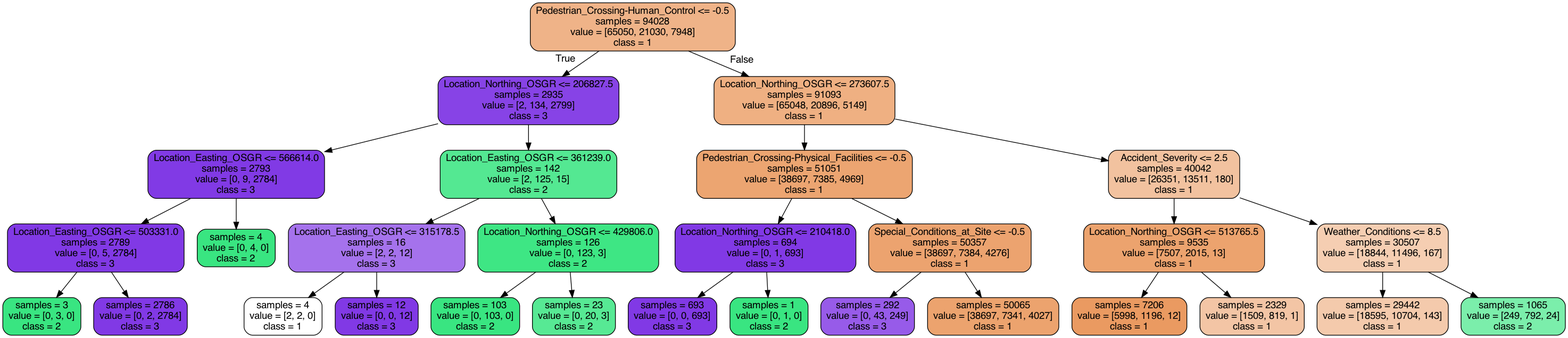
Earlier version of the Graphviz export notebook/tree1.png (dokooh/DfT-Road-Data-Accidents-Analytics). Its source is kept beside it as notebook/tree1.dot.
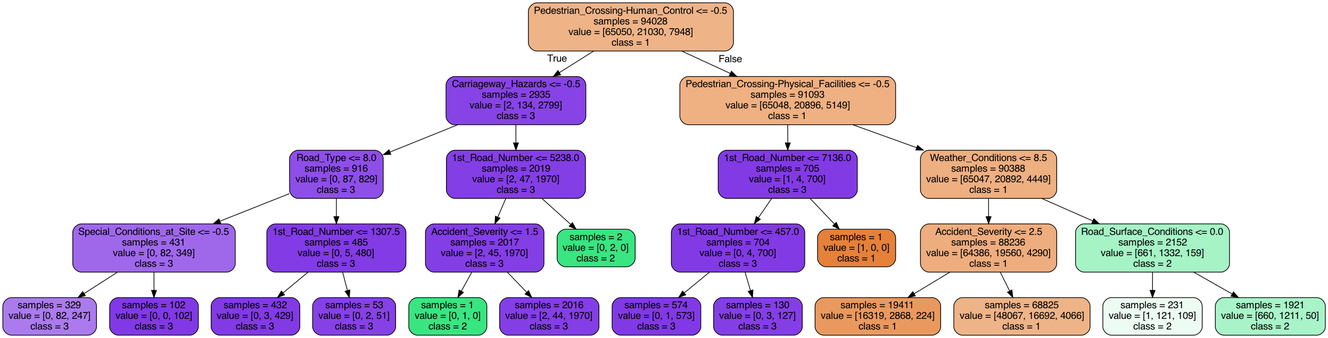
After the change.

Diff of the diagram source:
```diff
@@ -2,60 +2,56 @@
 node [shape=box, style="filled, rounded", color="black", fontname=helvetica] ;
 edge [fontname=helvetica] ;
 0 [label="Pedestrian_Crossing-Human_Control <= -0.5\nsamples = 94028\nvalue = [65050, 21030, 7948]\nclass = 1", fillcolor="#efb388"] ;
-1 [label="Location_Northing_OSGR <= 206827.5\nsamples = 2935\nvalue = [2, 134, 2799]\nclass = 3", fillcolor="#8743e6"] ;
+1 [label="Carriageway_Hazards <= -0.5\nsamples = 2935\nvalue = [2, 134, 2799]\nclass = 3", fillcolor="#8743e6"] ;
 0 -> 1 [labeldistance=2.5, labelangle=45, headlabel="True"] ;
-2 [label="Location_Easting_OSGR <= 566614.0\nsamples = 2793\nvalue = [0, 9, 2784]\nclass = 3", fillcolor="#813ae5"] ;
+2 [label="Road_Type <= 8.0\nsamples = 916\nvalue = [0, 87, 829]\nclass = 3", fillcolor="#8e4ee8"] ;
 1 -> 2 ;
-3 [label="Location_Easting_OSGR <= 503331.0\nsamples = 2789\nvalue = [0, 5, 2784]\nclass = 3", fillcolor="#8139e5"] ;
+3 [label="Special_Conditions_at_Site <= -0.5\nsamples = 431\nvalue = [0, 82, 349]\nclass = 3", fillcolor="#9f68eb"] ;
 2 -> 3 ;
-4 [label="samples = 3\nvalue = [0, 3, 0]\nclass = 2", fillcolor="#39e581"] ;
+4 [label="samples = 329\nvalue = [0, 82, 247]\nclass = 3", fillcolor="#ab7bee"] ;
 3 -> 4 ;
-5 [label="samples = 2786\nvalue = [0, 2, 2784]\nclass = 3", fillcolor="#8139e5"] ;
+5 [label="samples = 102\nvalue = [0, 0, 102]\nclass = 3", fillcolor="#8139e5"] ;
 3 -> 5 ;
-6 [label="samples = 4\nvalue = [0, 4, 0]\nclass = 2", fillcolor="#39e581"] ;
+6 [label="1st_Road_Number <= 1307.5\nsamples = 485\nvalue = [0, 5, 480]\nclass = 3", fillcolor="#823be5"] ;
 2 -> 6 ;
-7 [label="Location_Easting_OSGR <= 361239.0\nsamples = 142\nvalue = [2, 125, 15]\nclass = 2", fillcolor="#54e892"] ;
-1 -> 7 ;
-8 [label="Location_Easting_OSGR <= 315178.5\nsamples = 16\nvalue = [2, 2, 12]\nclass = 3", fillcolor="#a572ec"] ;
-7 -> 8 ;
-9 [label="samples = 4\nvalue = [2, 2, 0]\nclass = 1", fillcolor="#ffffff"] ;
-8 -> 9 ;
-10 [label="samples = 12\nvalue = [0, 0, 12]\nclass = 3", fillcolor="#8139e5"] ;
-8 -> 10 ;
-11 [label="Location_Northing_OSGR <= 429806.0\nsamples = 126\nvalue = [0, 123, 3]\nclass = 2", fillcolor="#3ee684"] ;
-7 -> 11 ;
-12 [label="samples = 103\nvalue = [0, 103, 0]\nclass = 2", fillcolor="#39e581"] ;
-11 -> 12 ;
-13 [label="samples = 23\nvalue = [0, 20, 3]\nclass = 2", fillcolor="#57e994"] ;
-11 -> 13 ;
-14 [label="Location_Northing_OSGR <= 273607.5\nsamples = 91093\nvalue = [65048, 20896, 5149]\nclass = 1", fillcolor="#efb082"] ;
+7 [label="samples = 432\nvalue = [0, 3, 429]\nclass = 3", fillcolor="#823ae5"] ;
+6 -> 7 ;
+8 [label="samples = 53\nvalue = [0, 2, 51]\nclass = 3", fillcolor="#8641e6"] ;
+6 -> 8 ;
+9 [label="1st_Road_Number <= 5238.0\nsamples = 2019\nvalue = [2, 47, 1970]\nclass = 3", fillcolor="#843ee6"] ;
+1 -> 9 ;
+10 [label="Accident_Severity <= 1.5\nsamples = 2017\nvalue = [2, 45, 1970]\nclass = 3", fillcolor="#843ee6"] ;
+9 -> 10 ;
+11 [label="samples = 1\nvalue = [0, 1, 0]\nclass = 2", fillcolor="#39e581"] ;
+10 -> 11 ;
+12 [label="samples = 2016\nvalue = [2, 44, 1970]\nclass = 3", fillcolor="#843ee6"] ;
+10 -> 12 ;
+13 [label="samples = 2\nvalue = [0, 2, 0]\nclass = 2", fillcolor="#39e581"] ;
+9 -> 13 ;
+14 [label="Pedestrian_Crossing-Physical_Facilities <= -0.5\nsamples = 91093\nvalue = [65048, 20896, 5149]\nclass = 1", fillcolor="#efb082"] ;
 0 -> 14 [labeldistance=2.5, labelangle=-45, headlabel="False"] ;
-15 [label="Pedestrian_Crossing-Physical_Facilities <= -0.5\nsamples = 51051\nvalue = [38697, 7385, 4969]\nclass = 1", fillcolor="#eca571"] ;
+15 [label="1st_Road_Number <= 7136.0\nsamples = 705\nvalue = [1, 4, 700]\nclass = 3", fillcolor="#823ae5"] ;
 14 -> 15 ;
-16 [label="Location_Northing_OSGR <= 210418.0\nsamples = 694\nvalue = [0, 1, 693]\nclass = 3", fillcolor="#8139e5"] ;
+16 [label="1st_Road_Number <= 457.0\nsamples = 704\nvalue = [0, 4, 700]\nclass = 3", fillcolor="#823ae5"] ;
 15 -> 16 ;
-17 [label="samples = 693\nvalue = [0, 0, 693]\nclass = 3", fillcolor="#8139e5"] ;
+17 [label="samples = 574\nvalue = [0, 1, 573]\nclass = 3", fillcolor="#8139e5"] ;
 16 -> 17 ;
-18 [label="samples = 1\nvalue = [0, 1, 0]\nclass = 2", fillcolor="#39e581"] ;
+18 [label="samples = 130\nvalue = [0, 3, 127]\nclass = 3", fillcolor="#843ee6"] ;
 16 -> 18 ;
-19 [label="Special_Conditions_at_Site <= -0.5\nsamples = 50357\nvalue = [38697, 7384, 4276]\nclass = 1", fillcolor="#eca36f"] ;
+19 [label="samples = 1\nvalue = [1, 0, 0]\nclass = 1", fillcolor="#e58139"] ;
 15 -> 19 ;
-20 [label="samples = 292\nvalue = [0, 43, 249]\nclass = 3", fillcolor="#975be9"] ;
-19 -> 20 ;
-21 [label="samples = 50065\nvalue = [38697, 7341, 4027]\nclass = 1", fillcolor="#eca36e"] ;
-19 -> 21 ;
-22 [label="Accident_Severity <= 2.5\nsamples = 40042\nvalue = [26351, 13511, 180]\nclass = 1", fillcolor="#f2c29f"] ;
-14 -> 22 ;
-23 [label="Location_Northing_OSGR <= 513765.5\nsamples = 9535\nvalue = [7507, 2015, 13]\nclass = 1", fillcolor="#eca36e"] ;
-22 -> 23 ;
-24 [label="samples = 7206\nvalue = [5998, 1196, 12]\nclass = 1", fillcolor="#ea9a61"] ;
-23 -> 24 ;
-25 [label="samples = 2329\nvalue = [1509, 819, 1]\nclass = 1", fillcolor="#f3c5a5"] ;
-23 -> 25 ;
-26 [label="Weather_Conditions <= 8.5\nsamples = 30507\nvalue = [18844, 11496, 167]\nclass = 1", fillcolor="#f5ceb2"] ;
-22 -> 26 ;
-27 [label="samples = 29442\nvalue = [18595, 10704, 143]\nclass = 1", fillcolor="#f4caac"] ;
-26 -> 27 ;
-28 [label="samples = 1065\nvalue = [249, 792, 24]\nclass = 2", fillcolor="#7beeab"] ;
-26 -> 28 ;
+20 [label="Weather_Conditions <= 8.5\nsamples = 90388\nvalue = [65047, 20892, 4449]\nclass = 1", fillcolor="#eeaf81"] ;
+14 -> 20 ;
+21 [label="Accident_Severity <= 2.5\nsamples = 88236\nvalue = [64386, 19560, 4290]\nclass = 1", fillcolor="#eead7e"] ;
+20 -> 21 ;
+22 [label="samples = 19411\nvalue = [16319, 2868, 224]\nclass = 1", fillcolor="#ea995e"] ;
+21 -> 22 ;
+23 [label="samples = 68825\nvalue = [48067, 16692, 4066]\nclass = 1", fillcolor="#efb388"] ;
+21 -> 23 ;
+24 [label="Road_Surface_Conditions <= 0.0\nsamples = 2152\nvalue = [661, 1332, 159]\nclass = 2", fillcolor="#a6f3c6"] ;
+20 -> 24 ;
+25 [label="samples = 231\nvalue = [1, 121, 109]\nclass = 2", fillcolor="#ecfcf3"] ;
+24 -> 25 ;
+26 [label="samples = 1921\nvalue = [660, 1211, 50]\nclass = 2", fillcolor="#a8f4c8"] ;
+24 -> 26 ;
 }
```
